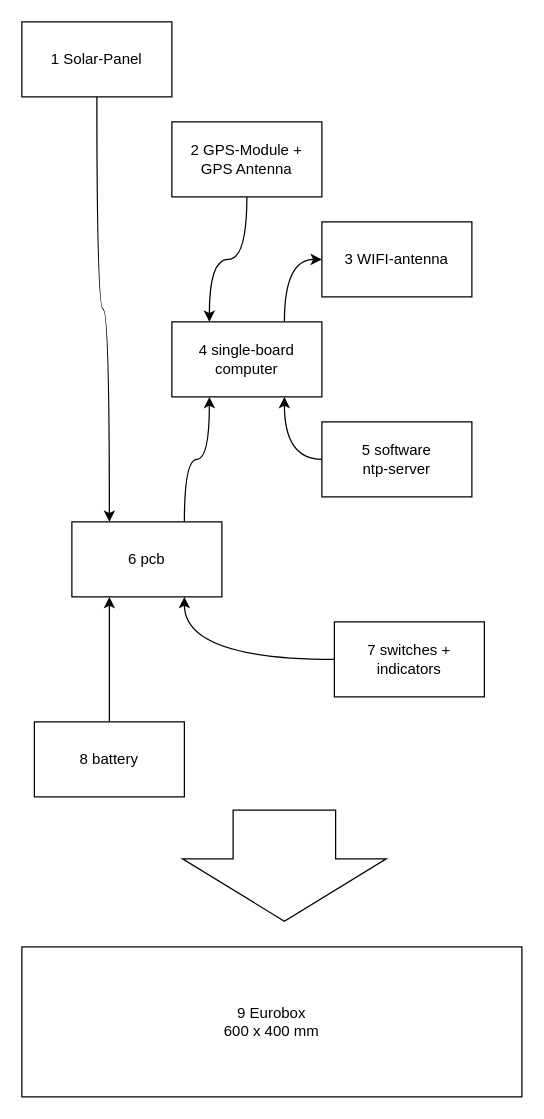
The draw.io diagram docs/timemachine-components.drawio in eflocon/timemachine, before the edit. Source tidied: cells renumbered, new cells numbered last; positions are measured from the earlier drawing's top-left corner, leaving out a move shared by most shapes. Both pictures are drawn from the tidied source at 125%, with x=0, y=0 at pixel (21, 21).
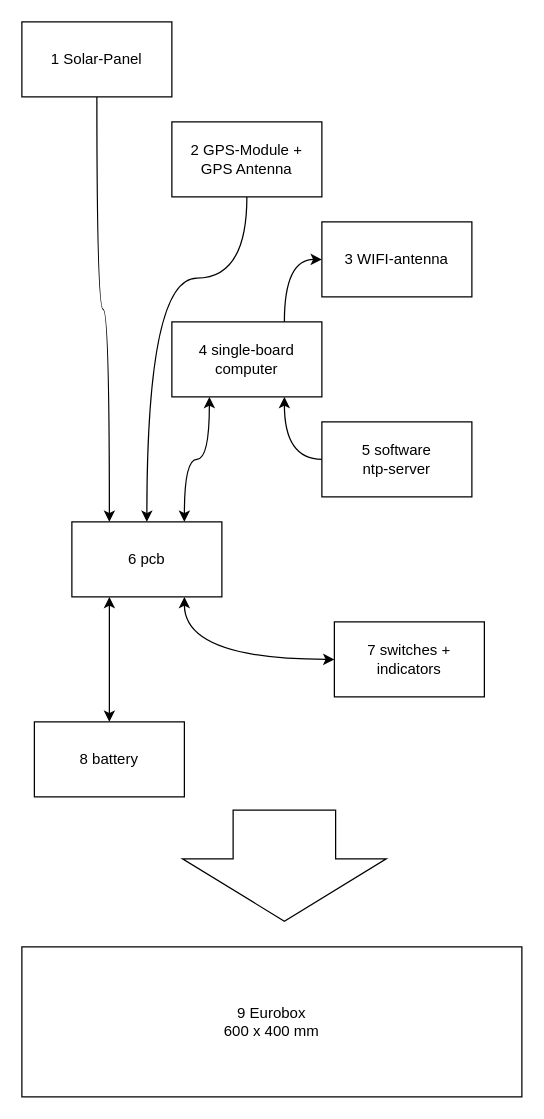
The same diagram, later.

Commit message:
diagram update: flow directions and switch off capability for gps-module via pcb

The change refers to these unchanged cells:
```xml
<mxCell id="6" value="6 pcb" style="rounded=0;whiteSpace=wrap;html=1;" parent="1" vertex="1">
  <mxGeometry x="40" y="400" width="120" height="60" as="geometry" />
</mxCell>
<mxCell id="8" value="8 battery" style="rounded=0;whiteSpace=wrap;html=1;" parent="1" vertex="1">
  <mxGeometry x="10" y="560" width="120" height="60" as="geometry" />
</mxCell>
<mxCell id="10" value="4 single-board computer" style="rounded=0;whiteSpace=wrap;html=1;" parent="1" vertex="1">
  <mxGeometry x="120" y="240" width="120" height="60" as="geometry" />
</mxCell>
<mxCell id="15" value="7 switches + indicators" style="rounded=0;whiteSpace=wrap;html=1;" parent="1" vertex="1">
  <mxGeometry x="250" y="480" width="120" height="60" as="geometry" />
</mxCell>
<mxCell id="17" value="2 GPS-Module +&lt;br&gt;GPS Antenna" style="rounded=0;whiteSpace=wrap;html=1;" parent="1" vertex="1">
  <mxGeometry x="120" y="80" width="120" height="60" as="geometry" />
</mxCell>
```

What changed in the source:
```diff
@@
-    <mxCell id="5" style="edgeStyle=orthogonalEdgeStyle;curved=1;rounded=0;jettySize=auto;html=1;fontSize=12;entryX=0.25;entryY=1;entryDx=0;entryDy=0;exitX=0.75;exitY=0;exitDx=0;exitDy=0;" parent="1" edge="1" source="6" target="10">
+    <mxCell id="5" style="edgeStyle=orthogonalEdgeStyle;curved=1;rounded=0;jettySize=auto;html=1;fontSize=12;entryX=0.25;entryY=1;entryDx=0;entryDy=0;exitX=0.75;exitY=0;exitDx=0;exitDy=0;startArrow=classic;startFill=1;" parent="1" edge="1" source="6" target="10">
       <mxGeometry relative="1" as="geometry" />
     </mxCell>
@@
-    <mxCell id="7" style="edgeStyle=orthogonalEdgeStyle;curved=1;rounded=0;jettySize=auto;html=1;fontSize=12;entryX=0.25;entryY=1;entryDx=0;entryDy=0;" parent="1" edge="1" source="8" target="6">
+    <mxCell id="7" style="edgeStyle=orthogonalEdgeStyle;curved=1;rounded=0;jettySize=auto;html=1;fontSize=12;entryX=0.25;entryY=1;entryDx=0;entryDy=0;startArrow=classic;startFill=1;" parent="1" edge="1" source="8" target="6">
       <mxGeometry relative="1" as="geometry" />
     </mxCell>
@@
-    <mxCell id="14" style="edgeStyle=orthogonalEdgeStyle;curved=1;rounded=0;jettySize=auto;html=1;fontSize=12;entryX=0.75;entryY=1;entryDx=0;entryDy=0;exitX=0;exitY=0.5;exitDx=0;exitDy=0;" parent="1" edge="1" source="15" target="6">
+    <mxCell id="14" style="edgeStyle=orthogonalEdgeStyle;curved=1;rounded=0;jettySize=auto;html=1;fontSize=12;entryX=0.75;entryY=1;entryDx=0;entryDy=0;exitX=0;exitY=0.5;exitDx=0;exitDy=0;startArrow=classic;startFill=1;" parent="1" edge="1" source="15" target="6">
       <mxGeometry relative="1" as="geometry" />
     </mxCell>
@@
-    <mxCell id="16" style="edgeStyle=orthogonalEdgeStyle;rounded=0;jettySize=auto;html=1;fontSize=12;curved=1;entryX=0.25;entryY=0;entryDx=0;entryDy=0;" parent="1" edge="1" source="17" target="10">
-      <mxGeometry relative="1" as="geometry" />
+    <mxCell id="16" style="edgeStyle=orthogonalEdgeStyle;rounded=0;jettySize=auto;html=1;fontSize=12;curved=1;entryX=0.5;entryY=0;entryDx=0;entryDy=0;" parent="1" edge="1" source="17" target="6">
+      <mxGeometry relative="1" as="geometry">
+        <Array as="points">
+          <mxPoint x="180" y="205" />
+          <mxPoint x="100" y="205" />
+        </Array>
+      </mxGeometry>
     </mxCell>
```
